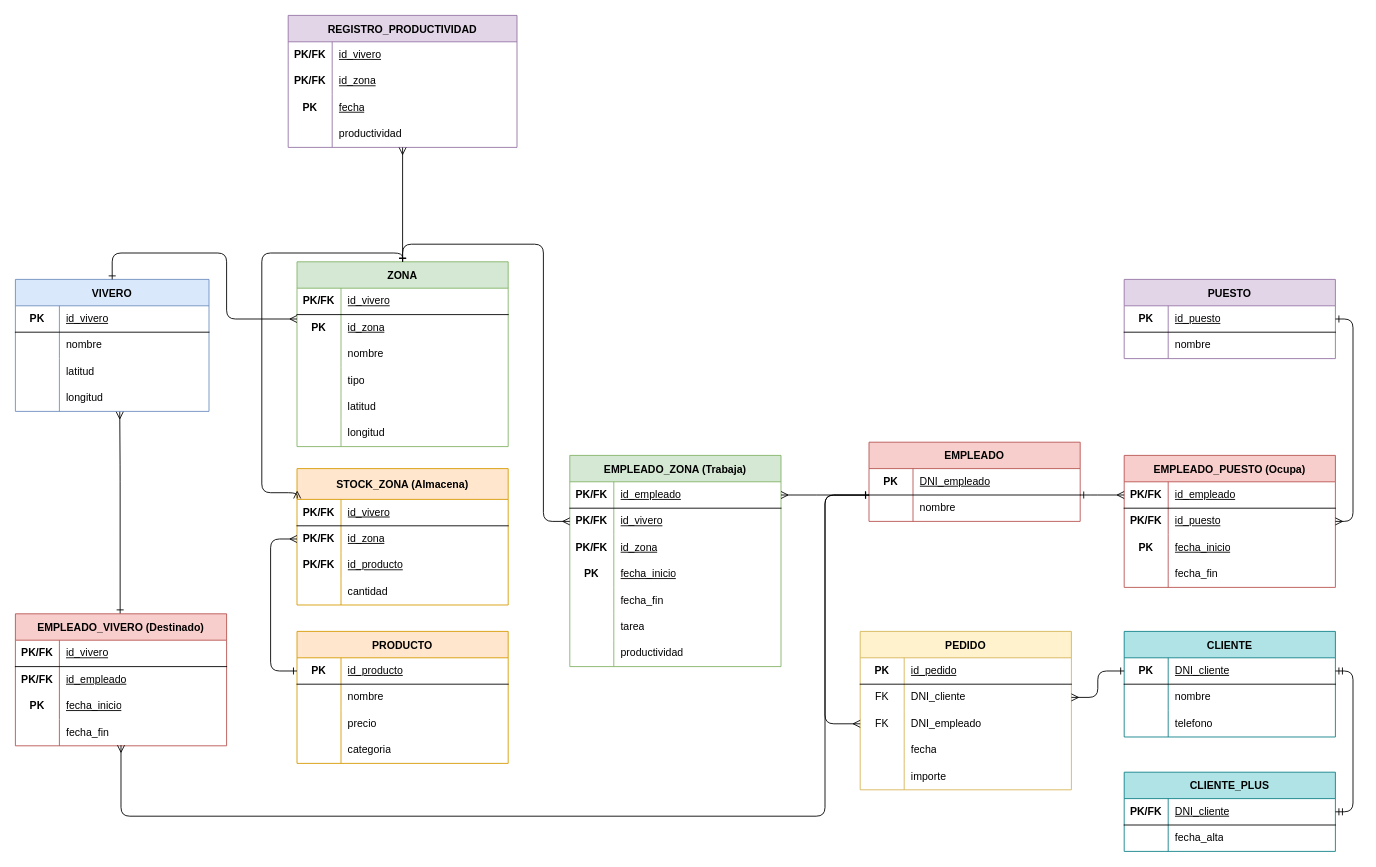
The draw.io diagram Modelo relacional.drawio in alu0101539669/Modelo-relacional.-Viveros, before the edit. Source tidied: cells renumbered, new cells numbered last; positions are measured from the earlier drawing's top-left corner, leaving out a move shared by most shapes. Both pictures are drawn from the tidied source at 88%, with x=0, y=0 at pixel (15, 15).
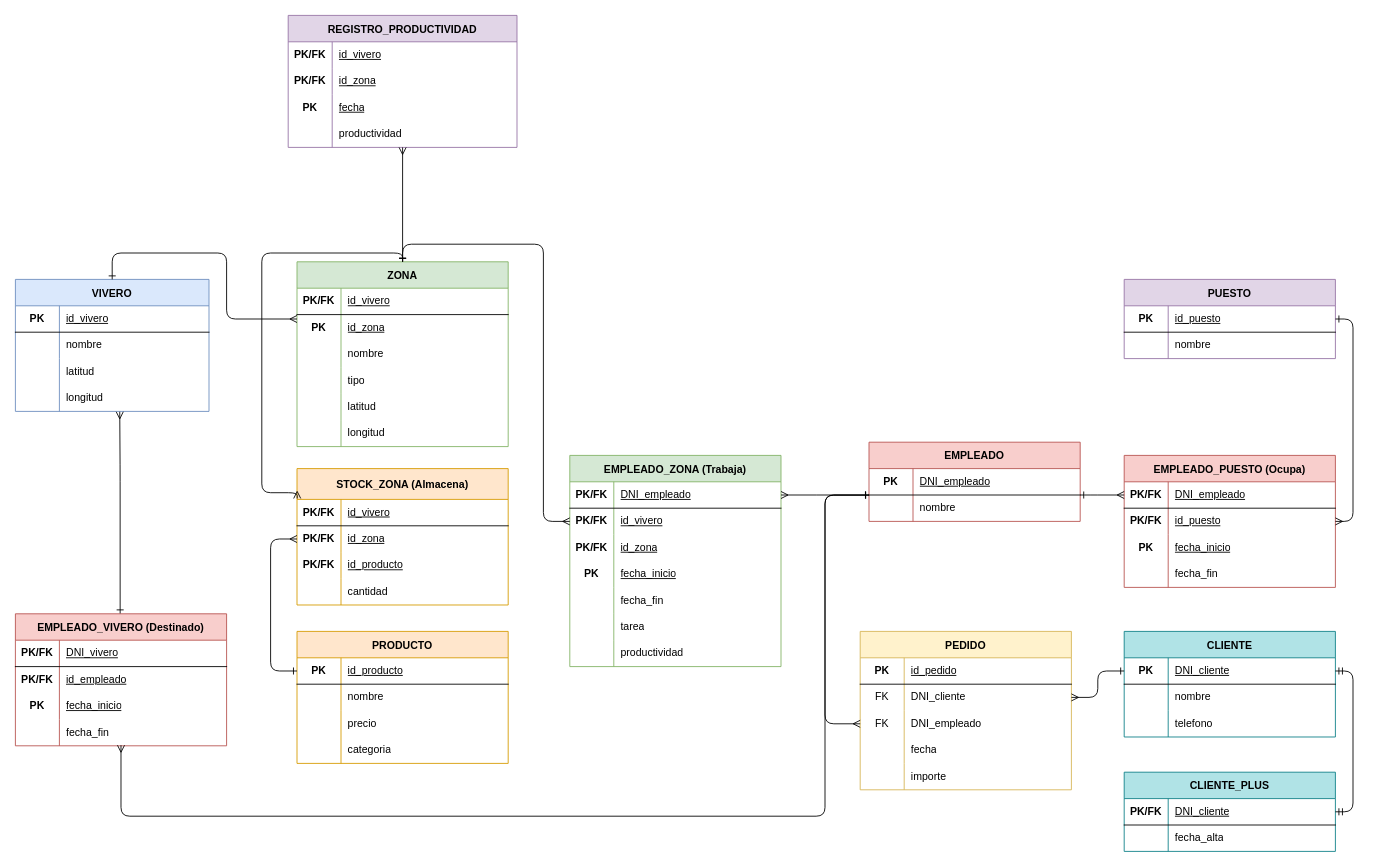
Above is the later version.

Unchanged cells that the change refers to:
```xml
<mxCell id="92" style="shape=tableRow;horizontal=0;startSize=0;swimlaneHead=0;swimlaneBody=0;fillColor=none;points=[[0,0.5],[1,0.5]];portConstraint=eastwest;top=0;left=0;right=0;bottom=1;" parent="91" vertex="1">
  <mxGeometry y="30" width="240" height="30" as="geometry" />
</mxCell>
<mxCell id="107" style="shape=tableRow;horizontal=0;startSize=0;swimlaneHead=0;swimlaneBody=0;fillColor=none;points=[[0,0.5],[1,0.5]];portConstraint=eastwest;top=0;left=0;right=0;bottom=1;" parent="106" vertex="1">
  <mxGeometry y="30" width="240" height="30" as="geometry" />
</mxCell>
<mxCell id="167" style="shape=tableRow;horizontal=0;startSize=0;swimlaneHead=0;swimlaneBody=0;fillColor=none;top=0;left=0;right=0;bottom=1;" parent="166" vertex="1">
  <mxGeometry y="30" width="240" height="30" as="geometry" />
</mxCell>
```

What changed in the source:
```diff
@@
-    <mxCell id="94" value="id_empleado" style="shape=partialRectangle;fillColor=none;top=0;left=0;bottom=0;right=0;align=left;spacingLeft=6;fontStyle=4;overflow=hidden;whiteSpace=wrap;html=1;" parent="92" vertex="1">
+    <mxCell id="94" value="DNI_empleado" style="shape=partialRectangle;fillColor=none;top=0;left=0;bottom=0;right=0;align=left;spacingLeft=6;fontStyle=4;overflow=hidden;whiteSpace=wrap;html=1;" parent="92" vertex="1">
       <mxGeometry x="50" width="190" height="30" as="geometry" />
     </mxCell>
@@
-    <mxCell id="109" value="id_empleado" style="shape=partialRectangle;fillColor=none;top=0;left=0;bottom=0;right=0;align=left;spacingLeft=6;fontStyle=4;overflow=hidden;whiteSpace=wrap;html=1;" parent="107" vertex="1">
+    <mxCell id="109" value="DNI_empleado" style="shape=partialRectangle;fillColor=none;top=0;left=0;bottom=0;right=0;align=left;spacingLeft=6;fontStyle=4;overflow=hidden;whiteSpace=wrap;html=1;" parent="107" vertex="1">
       <mxGeometry x="50" width="190" height="30" as="geometry" />
     </mxCell>
@@
-    <mxCell id="169" value="id_vivero" style="shape=partialRectangle;fillColor=none;top=0;left=0;bottom=0;right=0;align=left;spacingLeft=6;fontStyle=4;overflow=hidden;whiteSpace=wrap;html=1;" parent="167" vertex="1">
+    <mxCell id="169" value="DNI_vivero" style="shape=partialRectangle;fillColor=none;top=0;left=0;bottom=0;right=0;align=left;spacingLeft=6;fontStyle=4;overflow=hidden;whiteSpace=wrap;html=1;" parent="167" vertex="1">
       <mxGeometry x="50" width="190" height="30" as="geometry" />
     </mxCell>
```
